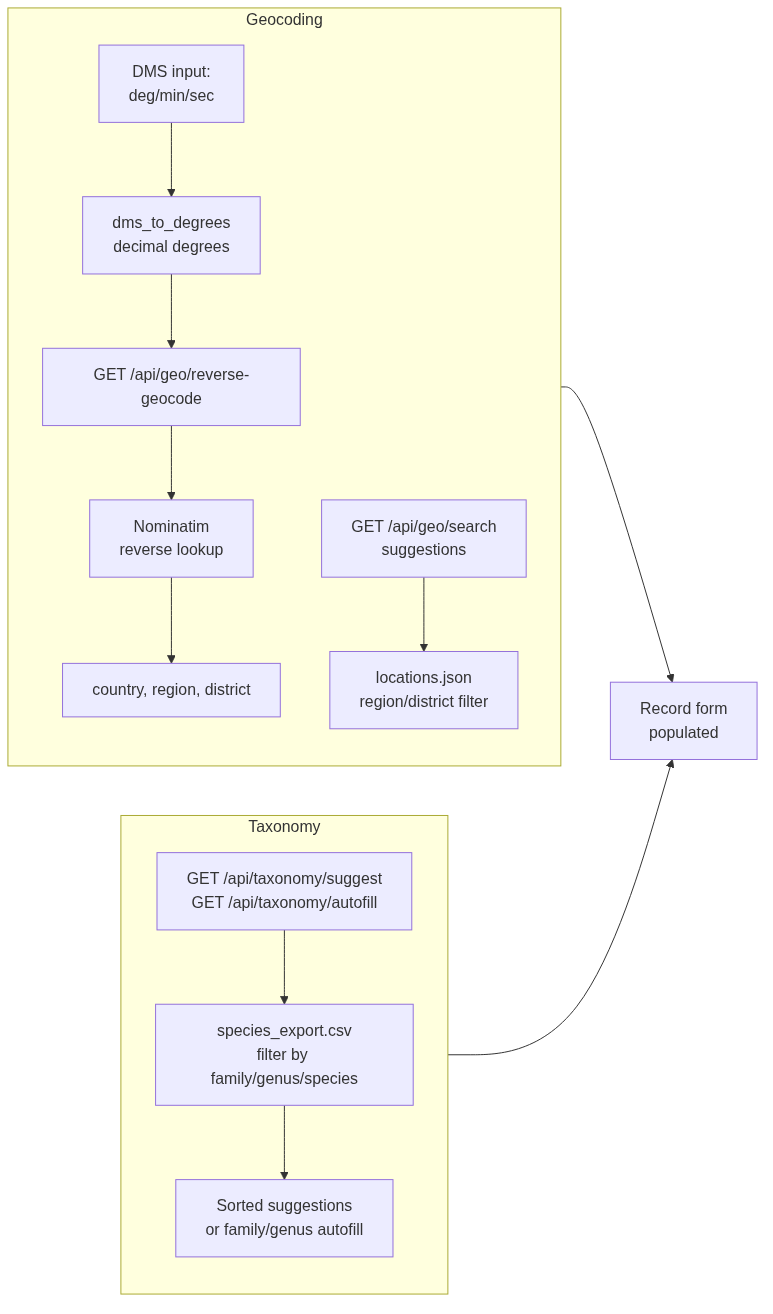
The Mermaid diagram docs/diagrams/geocoding-taxonomy.png in Faunistica/Faunistica_4.0, before a commit. Its source is kept beside it as docs/diagrams/geocoding-taxonomy.mmd. Its diagram source:
```mermaid
flowchart LR
    subgraph Geo[Geocoding]
        G1[DMS input:<br/>deg/min/sec]
        G2[dms_to_degrees<br/>decimal degrees]
        G3[GET /api/geo/reverse-geocode]
        G4[Nominatim<br/>reverse lookup]
        G5[country, region, district]

        G1-->G2-->G3-->G4-->G5

        G6[GET /api/geo/search<br/>suggestions]
        G7[locations.json<br/>region/district filter]
        G6-->G7
    end

    subgraph Taxon[Taxonomy]
        T1[GET /api/taxonomy/suggest<br/>GET /api/taxonomy/autofill]
        T2[species_export.csv<br/>filter by family/genus/species]
        T3[Sorted suggestions<br/>or family/genus autofill]

        T1-->T2-->T3
    end

    Geo --> R[Record form<br/>populated]
    Taxon --> R
```
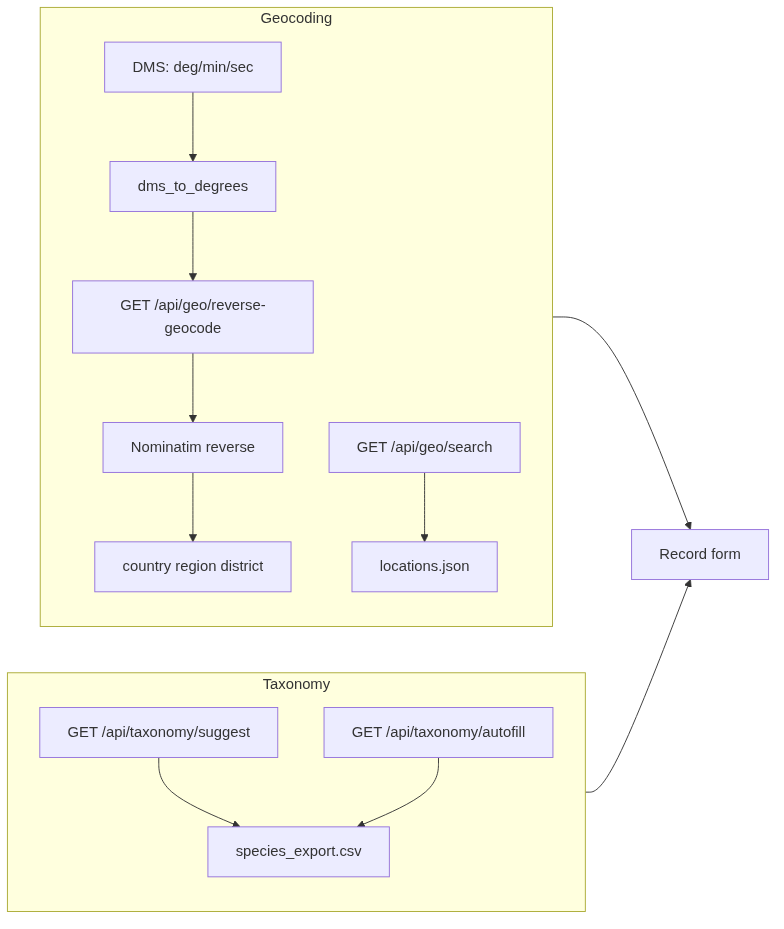
The same diagram one commit later.

Diff of the diagram source:
```diff
@@ -1,25 +1,25 @@
 flowchart LR
     subgraph Geo[Geocoding]
-        G1[DMS input:<br/>deg/min/sec]
-        G2[dms_to_degrees<br/>decimal degrees]
+        G1[DMS: deg/min/sec]
+        G2[dms_to_degrees]
         G3[GET /api/geo/reverse-geocode]
-        G4[Nominatim<br/>reverse lookup]
-        G5[country, region, district]
+        G4[Nominatim reverse]
+        G5[country region district]
 
         G1-->G2-->G3-->G4-->G5
 
-        G6[GET /api/geo/search<br/>suggestions]
-        G7[locations.json<br/>region/district filter]
+        G6[GET /api/geo/search]
+        G7[locations.json]
         G6-->G7
     end
 
     subgraph Taxon[Taxonomy]
-        T1[GET /api/taxonomy/suggest<br/>GET /api/taxonomy/autofill]
-        T2[species_export.csv<br/>filter by family/genus/species]
-        T3[Sorted suggestions<br/>or family/genus autofill]
-
-        T1-->T2-->T3
+        T1[GET /api/taxonomy/suggest]
+        T2[GET /api/taxonomy/autofill]
+        T3[species_export.csv]
+        T1-->T3
+        T2-->T3
     end
 
-    Geo --> R[Record form<br/>populated]
-    Taxon --> R
+    Geo --> Form[Record form]
+    Taxon --> Form
```
